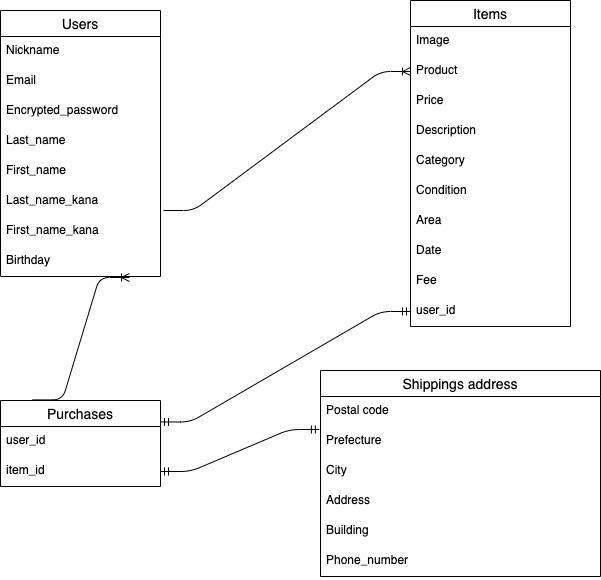
Earlier version of the draw.io export .drawio.png (Tomoki06arkw/furima-35818). Source tidied: cells renumbered, new cells last; positions are measured from the earlier drawing's top-left corner, leaving out a move shared by most shapes.
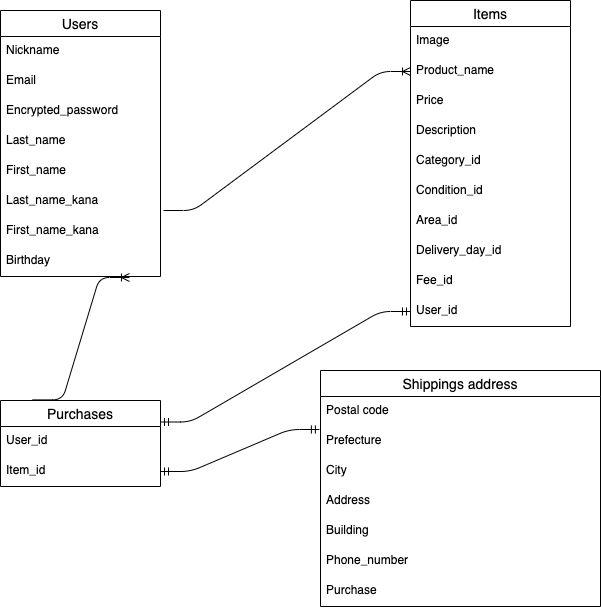
After the change.

The edit, as a diff of the source:
```diff
@@ -35,7 +35,7 @@
     <mxCell id="12" value="Image" style="text;strokeColor=none;fillColor=none;spacingLeft=4;spacingRight=4;overflow=hidden;fontSize=12;" parent="11" vertex="1">
       <mxGeometry y="26" width="160" height="30" as="geometry" />
     </mxCell>
-    <mxCell id="13" value="Product" style="text;strokeColor=none;fillColor=none;spacingLeft=4;spacingRight=4;overflow=hidden;points=[[0,0.5],[1,0.5]];portConstraint=eastwest;fontSize=12;" parent="11" vertex="1">
+    <mxCell id="13" value="Product_name" style="text;strokeColor=none;fillColor=none;spacingLeft=4;spacingRight=4;overflow=hidden;points=[[0,0.5],[1,0.5]];portConstraint=eastwest;fontSize=12;" parent="11" vertex="1">
       <mxGeometry y="56" width="160" height="30" as="geometry" />
     </mxCell>
     <mxCell id="14" value="Price" style="text;strokeColor=none;fillColor=none;spacingLeft=4;spacingRight=4;overflow=hidden;fontSize=12;" parent="11" vertex="1">
@@ -44,35 +44,35 @@
     <mxCell id="15" value="Description" style="text;strokeColor=none;fillColor=none;spacingLeft=4;spacingRight=4;overflow=hidden;fontSize=12;" parent="11" vertex="1">
       <mxGeometry y="116" width="160" height="30" as="geometry" />
     </mxCell>
-    <mxCell id="16" value="Category" style="text;strokeColor=none;fillColor=none;spacingLeft=4;spacingRight=4;overflow=hidden;fontSize=12;" parent="11" vertex="1">
+    <mxCell id="16" value="Category_id" style="text;strokeColor=none;fillColor=none;spacingLeft=4;spacingRight=4;overflow=hidden;fontSize=12;" parent="11" vertex="1">
       <mxGeometry y="146" width="160" height="30" as="geometry" />
     </mxCell>
-    <mxCell id="17" value="Condition" style="text;strokeColor=none;fillColor=none;spacingLeft=4;spacingRight=4;overflow=hidden;fontSize=12;" parent="11" vertex="1">
+    <mxCell id="17" value="Condition_id" style="text;strokeColor=none;fillColor=none;spacingLeft=4;spacingRight=4;overflow=hidden;fontSize=12;" parent="11" vertex="1">
       <mxGeometry y="176" width="160" height="30" as="geometry" />
     </mxCell>
-    <mxCell id="18" value="Area" style="text;strokeColor=none;fillColor=none;spacingLeft=4;spacingRight=4;overflow=hidden;fontSize=12;" parent="11" vertex="1">
+    <mxCell id="18" value="Area_id" style="text;strokeColor=none;fillColor=none;spacingLeft=4;spacingRight=4;overflow=hidden;fontSize=12;" parent="11" vertex="1">
       <mxGeometry y="206" width="160" height="30" as="geometry" />
     </mxCell>
-    <mxCell id="19" value="Date" style="text;strokeColor=none;fillColor=none;spacingLeft=4;spacingRight=4;overflow=hidden;fontSize=12;" parent="11" vertex="1">
-      <mxGeometry y="236" width="160" height="30" as="geometry" />
-    </mxCell>
+    <mxCell id="36" value="Delivery_day_id" style="text;strokeColor=none;fillColor=none;spacingLeft=4;spacingRight=4;overflow=hidden;fontSize=12;" parent="11" vertex="1">
+      <mxGeometry y="236" width="160" height="30" as="geometry" />
+    </mxCell>
-    <mxCell id="20" value="Fee" style="text;strokeColor=none;fillColor=none;spacingLeft=4;spacingRight=4;overflow=hidden;fontSize=12;" parent="11" vertex="1">
+    <mxCell id="20" value="Fee_id" style="text;strokeColor=none;fillColor=none;spacingLeft=4;spacingRight=4;overflow=hidden;fontSize=12;" parent="11" vertex="1">
       <mxGeometry y="266" width="160" height="30" as="geometry" />
     </mxCell>
-    <mxCell id="21" value="user_id" style="text;strokeColor=none;fillColor=none;spacingLeft=4;spacingRight=4;overflow=hidden;points=[[0,0.5],[1,0.5]];portConstraint=eastwest;fontSize=12;" parent="11" vertex="1">
+    <mxCell id="21" value="User_id" style="text;strokeColor=none;fillColor=none;spacingLeft=4;spacingRight=4;overflow=hidden;points=[[0,0.5],[1,0.5]];portConstraint=eastwest;fontSize=12;" parent="11" vertex="1">
       <mxGeometry y="296" width="160" height="30" as="geometry" />
     </mxCell>
     <mxCell id="22" value="Purchases" style="swimlane;fontStyle=0;horizontal=1;startSize=26;align=center;fontSize=14;" parent="1" vertex="1">
       <mxGeometry y="400" width="160" height="86" as="geometry" />
     </mxCell>
-    <mxCell id="23" value="user_id" style="text;strokeColor=none;fillColor=none;spacingLeft=4;spacingRight=4;overflow=hidden;fontSize=12;" parent="22" vertex="1">
+    <mxCell id="23" value="User_id" style="text;strokeColor=none;fillColor=none;spacingLeft=4;spacingRight=4;overflow=hidden;fontSize=12;" parent="22" vertex="1">
       <mxGeometry y="26" width="160" height="30" as="geometry" />
     </mxCell>
-    <mxCell id="24" value="item_id" style="text;strokeColor=none;fillColor=none;spacingLeft=4;spacingRight=4;overflow=hidden;points=[[0,0.5],[1,0.5]];portConstraint=eastwest;fontSize=12;" parent="22" vertex="1">
+    <mxCell id="24" value="Item_id" style="text;strokeColor=none;fillColor=none;spacingLeft=4;spacingRight=4;overflow=hidden;points=[[0,0.5],[1,0.5]];portConstraint=eastwest;fontSize=12;" parent="22" vertex="1">
       <mxGeometry y="56" width="160" height="30" as="geometry" />
     </mxCell>
     <mxCell id="25" value="Shippings address" style="swimlane;fontStyle=0;horizontal=1;startSize=26;align=center;fontSize=14;" parent="1" vertex="1">
-      <mxGeometry x="320" y="370" width="280" height="206" as="geometry" />
+      <mxGeometry x="320" y="370" width="280" height="236" as="geometry" />
     </mxCell>
     <mxCell id="26" value="Postal code" style="text;strokeColor=none;fillColor=none;spacingLeft=4;spacingRight=4;overflow=hidden;fontSize=12;" parent="25" vertex="1">
       <mxGeometry y="26" width="280" height="30" as="geometry" />
@@ -89,8 +89,11 @@
     <mxCell id="30" value="Building" style="text;strokeColor=none;fillColor=none;spacingLeft=4;spacingRight=4;overflow=hidden;fontSize=12;" parent="25" vertex="1">
       <mxGeometry y="146" width="280" height="30" as="geometry" />
     </mxCell>
+    <mxCell id="37" value="Phone_number" style="text;strokeColor=none;fillColor=none;spacingLeft=4;spacingRight=4;overflow=hidden;fontSize=12;" parent="25" vertex="1">
+      <mxGeometry y="176" width="280" height="30" as="geometry" />
+    </mxCell>
-    <mxCell id="31" value="Phone_number" style="text;strokeColor=none;fillColor=none;spacingLeft=4;spacingRight=4;overflow=hidden;fontSize=12;" parent="25" vertex="1">
-      <mxGeometry y="176" width="280" height="30" as="geometry" />
+    <mxCell id="31" value="Purchase" style="text;strokeColor=none;fillColor=none;spacingLeft=4;spacingRight=4;overflow=hidden;fontSize=12;" parent="25" vertex="1">
+      <mxGeometry y="206" width="280" height="30" as="geometry" />
     </mxCell>
     <mxCell id="32" style="edgeStyle=entityRelationEdgeStyle;fontSize=12;html=1;endArrow=ERoneToMany;entryX=0;entryY=0.5;entryDx=0;entryDy=0;exitX=1.019;exitY=0.8;exitDx=0;exitDy=0;exitPerimeter=0;" parent="1" edge="1" source="8" target="13">
       <mxGeometry relative="1" as="geometry" />
```
